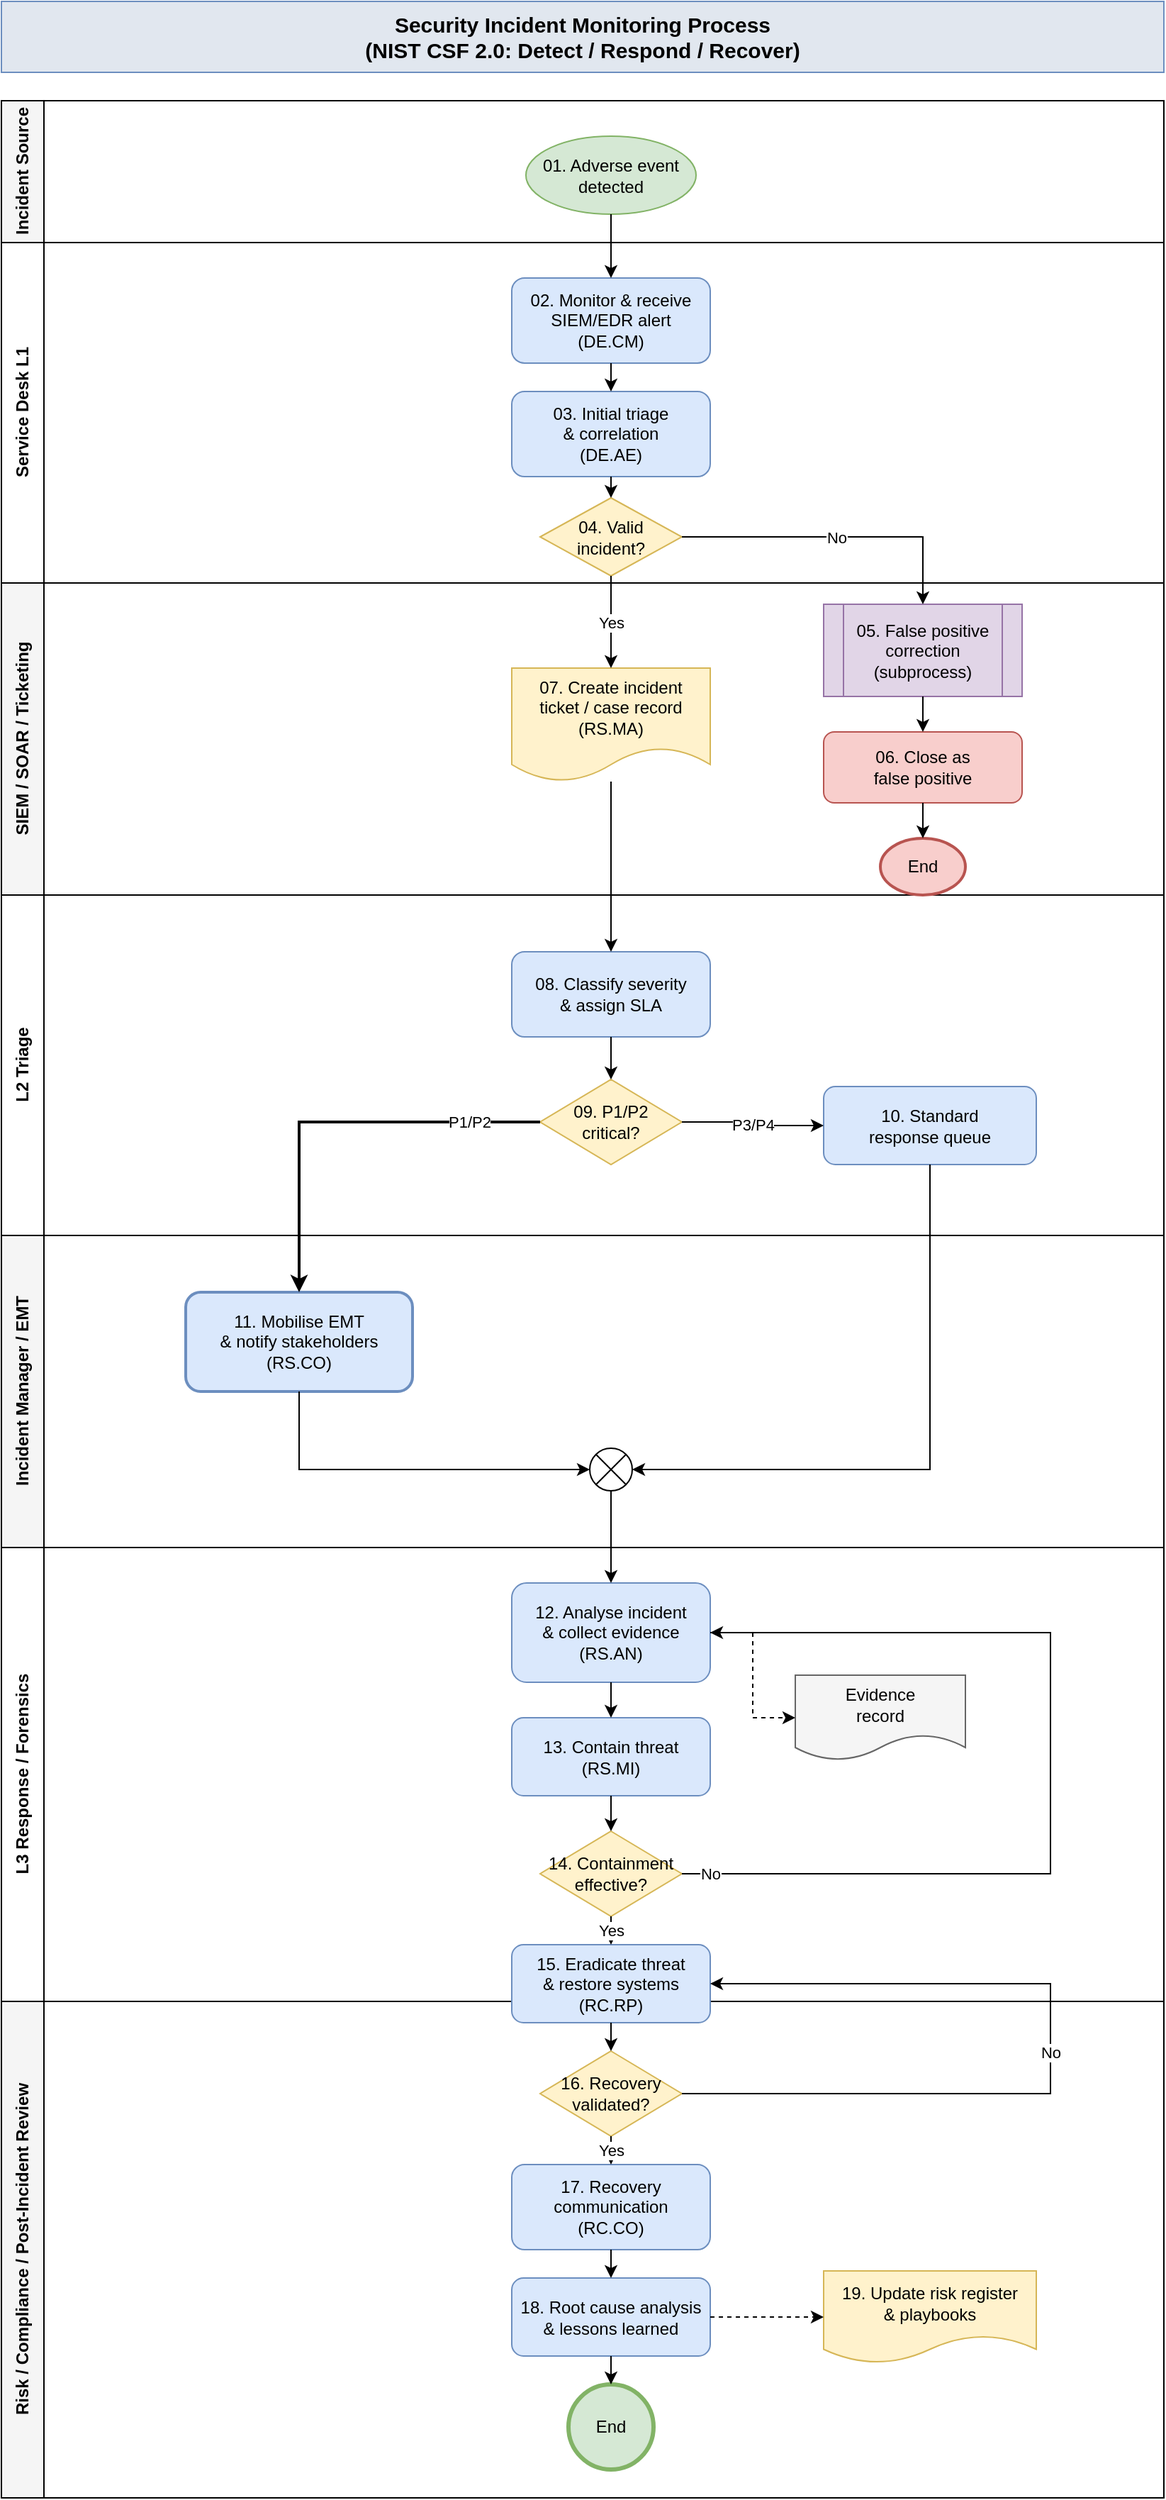
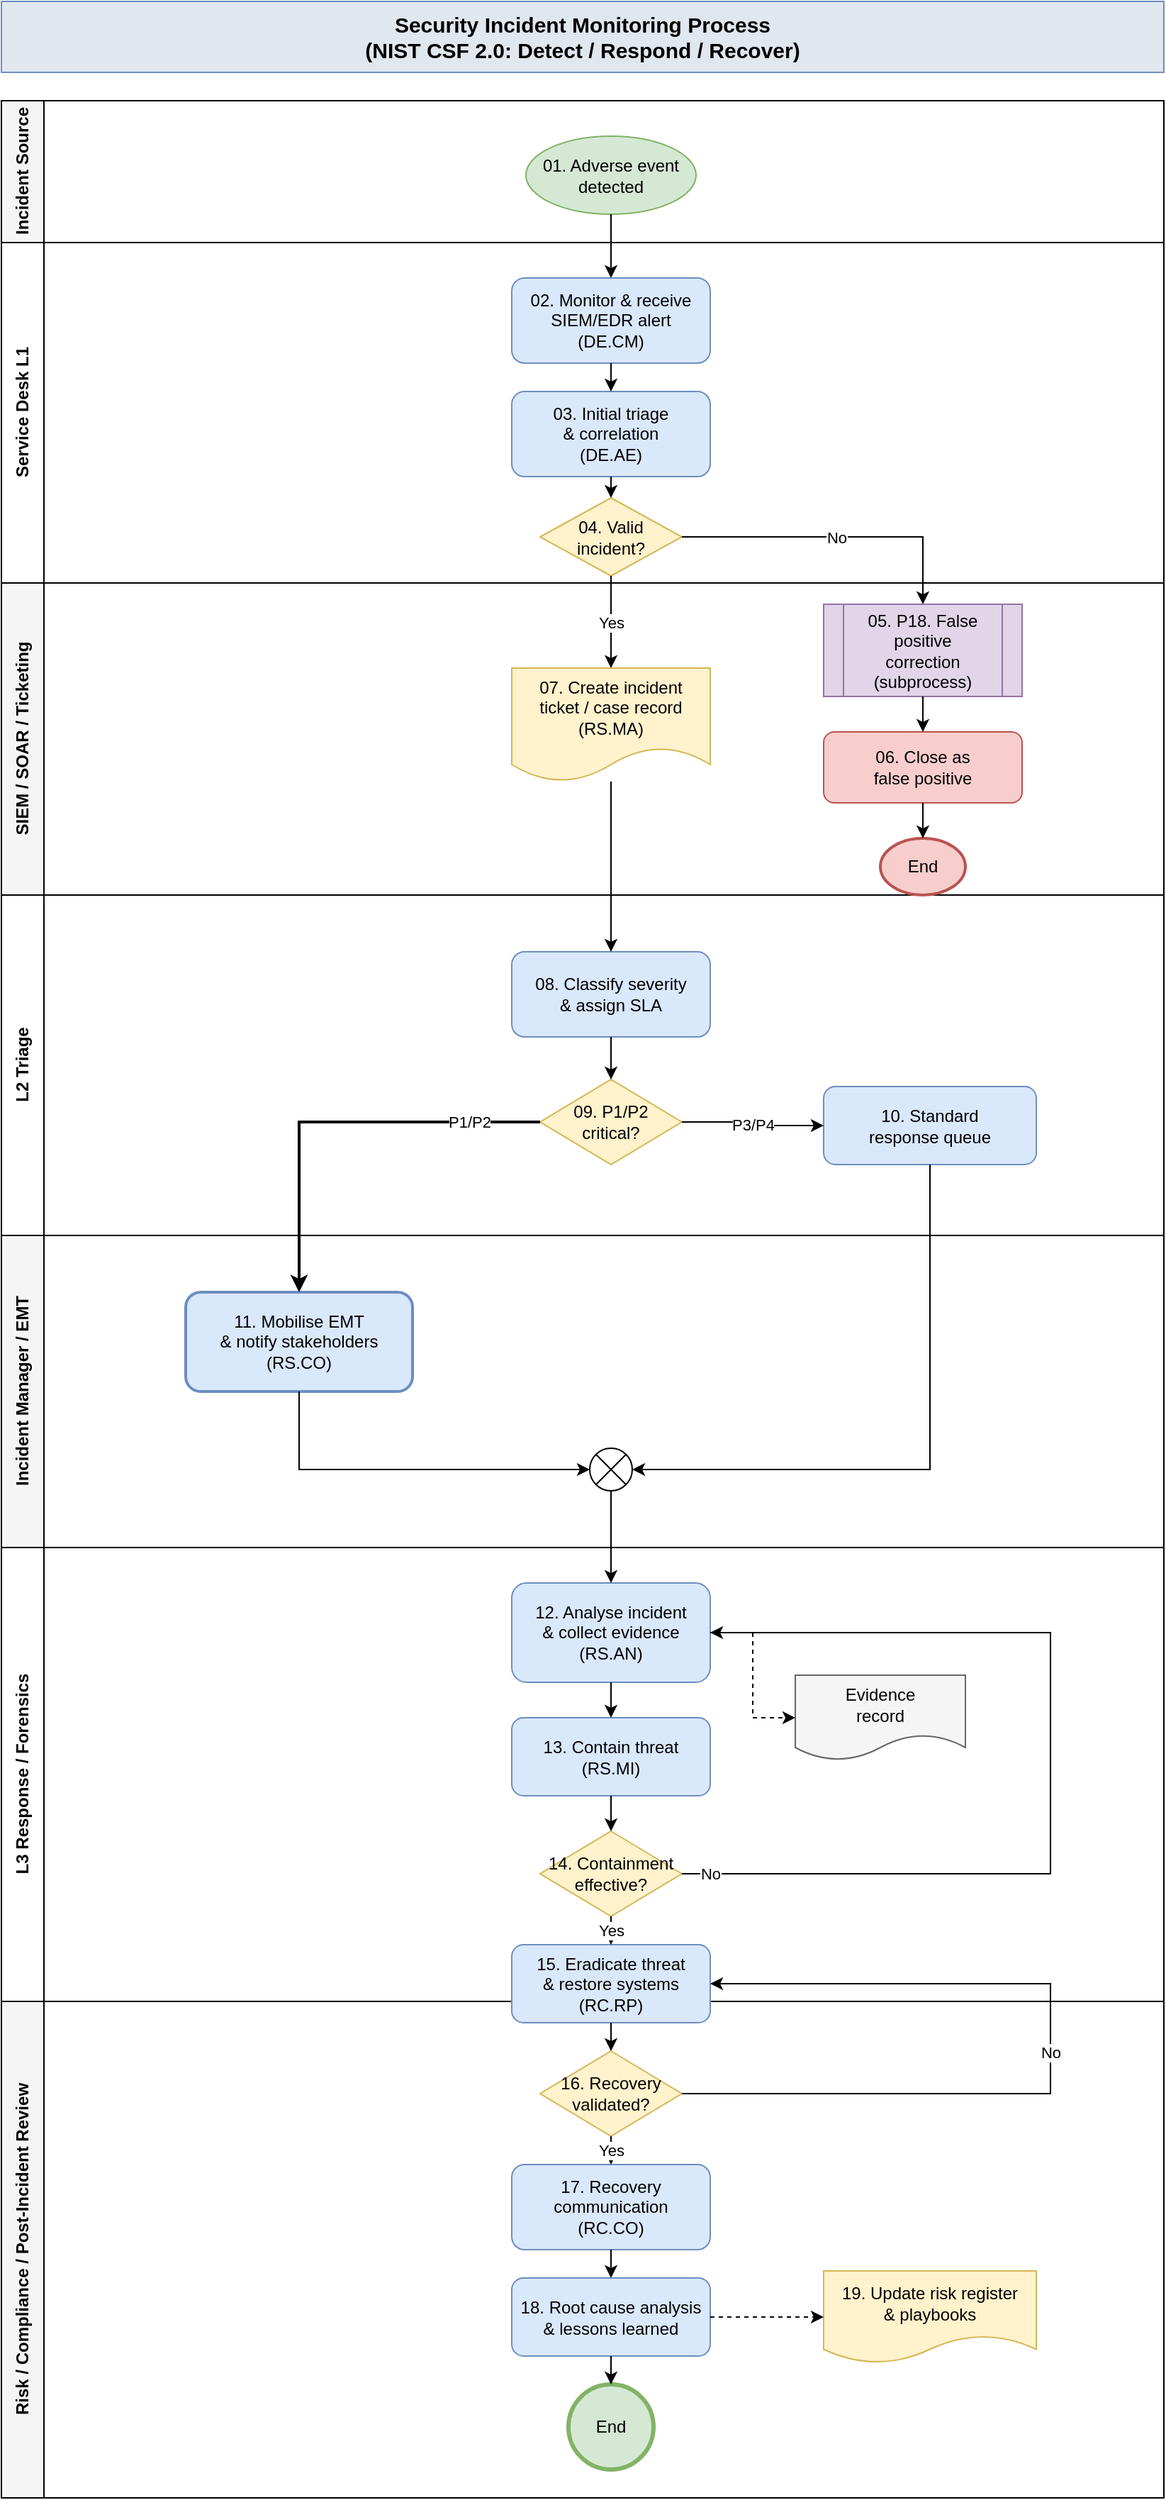
<mxfile host="app.diagrams.net" agent="ProcessDiagramSkill">
  <diagram name="CSF 2.0 Incident Monitoring" id="0">
    <mxGraphModel dx="1331" dy="853" grid="1" gridSize="10" guides="1" tooltips="1" connect="1" arrows="1" fold="1" page="1" pageScale="1" pageWidth="900" pageHeight="2000" math="0" shadow="0">
      <root>
        <mxCell id="0" />
        <mxCell id="1" parent="0" />
        <mxCell id="titleBar" parent="1" style="rounded=0;whiteSpace=wrap;html=1;fillColor=#e1e7ef;strokeColor=#6c8ebf;fontSize=15;fontStyle=1;align=center;verticalAlign=middle;" value="Security Incident Monitoring Process&#xa;(NIST CSF 2.0: Detect / Respond / Recover)" vertex="1">
          <mxGeometry height="50" width="820" x="40" y="20" as="geometry" />
        </mxCell>
        <mxCell id="laneSource" parent="1" style="shape=swimlane;html=1;startSize=30;horizontal=0;collapsible=0;fillColor=#f5f5f5;swimlaneFillColor=#ffffff;fontStyle=1;" value="Incident Source" vertex="1">
          <mxGeometry height="100" width="820" x="40" y="90" as="geometry" />
        </mxCell>
        <mxCell id="laneL1" parent="1" style="shape=swimlane;html=1;startSize=30;horizontal=0;collapsible=0;swimlaneFillColor=#ffffff;fontStyle=1;" value="Service Desk L1" vertex="1">
          <mxGeometry height="240" width="820" x="40" y="190" as="geometry" />
        </mxCell>
        <mxCell id="laneSiem" parent="1" style="shape=swimlane;html=1;startSize=30;horizontal=0;collapsible=0;fillColor=#f5f5f5;swimlaneFillColor=#ffffff;fontStyle=1;" value="SIEM / SOAR / Ticketing" vertex="1">
          <mxGeometry height="220" width="820" x="40" y="430" as="geometry" />
        </mxCell>
        <mxCell id="laneL2" parent="1" style="shape=swimlane;html=1;startSize=30;horizontal=0;collapsible=0;swimlaneFillColor=#ffffff;fontStyle=1;" value="L2 Triage" vertex="1">
          <mxGeometry height="240" width="820" x="40" y="650" as="geometry" />
        </mxCell>
        <mxCell id="laneIM" parent="1" style="shape=swimlane;html=1;startSize=30;horizontal=0;collapsible=0;fillColor=#f5f5f5;swimlaneFillColor=#ffffff;fontStyle=1;" value="Incident Manager / EMT" vertex="1">
          <mxGeometry height="220" width="820" x="40" y="890" as="geometry" />
        </mxCell>
        <mxCell id="laneL3" parent="1" style="shape=swimlane;html=1;startSize=30;horizontal=0;collapsible=0;swimlaneFillColor=#ffffff;fontStyle=1;" value="L3 Response / Forensics" vertex="1">
          <mxGeometry height="320" width="820" x="40" y="1110" as="geometry" />
        </mxCell>
        <mxCell id="nEv" parent="laneL3" style="shape=document;whiteSpace=wrap;html=1;fillColor=#f5f5f5;strokeColor=#666666;boundedLbl=1;" value="Evidence&#xa;record" vertex="1">
          <mxGeometry height="60" width="120" x="560" y="90" as="geometry" />
        </mxCell>
        <mxCell id="laneRC" parent="1" style="shape=swimlane;html=1;startSize=30;horizontal=0;collapsible=0;fillColor=#f5f5f5;swimlaneFillColor=#ffffff;fontStyle=1;" value="Risk / Compliance / Post-Incident Review" vertex="1">
          <mxGeometry height="350" width="820" x="40" y="1430" as="geometry" />
        </mxCell>
        <mxCell id="n01" parent="1" style="ellipse;whiteSpace=wrap;html=1;fillColor=#d5e8d4;strokeColor=#82b366;" value="01. Adverse event&#xa;detected" vertex="1">
          <mxGeometry height="55" width="120" x="410" y="115" as="geometry" />
        </mxCell>
        <mxCell id="n02" parent="1" style="rounded=1;whiteSpace=wrap;html=1;fillColor=#dae8fc;strokeColor=#6c8ebf;" value="02. Monitor &amp; receive&#xa;SIEM/EDR alert&#xa;(DE.CM)" vertex="1">
          <mxGeometry height="60" width="140" x="400" y="215" as="geometry" />
        </mxCell>
        <mxCell id="n03" parent="1" style="rounded=1;whiteSpace=wrap;html=1;fillColor=#dae8fc;strokeColor=#6c8ebf;" value="03. Initial triage&#xa;&amp; correlation&#xa;(DE.AE)" vertex="1">
          <mxGeometry height="60" width="140" x="400" y="295" as="geometry" />
        </mxCell>
        <mxCell id="n04" parent="1" style="rhombus;whiteSpace=wrap;html=1;fillColor=#fff2cc;strokeColor=#d6b656;" value="04. Valid&#xa;incident?" vertex="1">
          <mxGeometry height="55" width="100" x="420" y="370" as="geometry" />
        </mxCell>
-         <mxCell id="n05" parent="1" style="shape=process;whiteSpace=wrap;html=1;fillColor=#e1d5e7;strokeColor=#9673a6;" value="05. False positive&#xa;correction&#xa;(subprocess)" vertex="1">
+         <mxCell id="n05" parent="1" style="shape=process;whiteSpace=wrap;html=1;fillColor=#e1d5e7;strokeColor=#9673a6;" value="05. P18. False positive&#xa;correction&#xa;(subprocess)" vertex="1">
          <mxGeometry height="65" width="140" x="620" y="445" as="geometry" />
        </mxCell>
        <mxCell id="n06" parent="1" style="rounded=1;whiteSpace=wrap;html=1;fillColor=#f8cecc;strokeColor=#b85450;" value="06. Close as&#xa;false positive" vertex="1">
          <mxGeometry height="50" width="140" x="620" y="535" as="geometry" />
        </mxCell>
        <mxCell id="nEndFP" parent="1" style="ellipse;whiteSpace=wrap;html=1;fillColor=#f8cecc;strokeColor=#b85450;strokeWidth=2;" value="End" vertex="1">
          <mxGeometry height="40" width="60" x="660" y="610" as="geometry" />
        </mxCell>
        <mxCell id="n07_ticket" parent="1" style="shape=document;whiteSpace=wrap;html=1;fillColor=#fff2cc;strokeColor=#d6b656;boundedLbl=1;" value="07. Create incident&#xa;ticket / case record&#xa;(RS.MA)" vertex="1">
          <mxGeometry height="80" width="140" x="400" y="490" as="geometry" />
        </mxCell>
        <mxCell id="n08_classify" parent="1" style="rounded=1;whiteSpace=wrap;html=1;fillColor=#dae8fc;strokeColor=#6c8ebf;" value="08. Classify severity&#xa;&amp; assign SLA" vertex="1">
          <mxGeometry height="60" width="140" x="400" y="690" as="geometry" />
        </mxCell>
        <mxCell id="n09_dec" parent="1" style="rhombus;whiteSpace=wrap;html=1;fillColor=#fff2cc;strokeColor=#d6b656;" value="09. P1/P2&#xa;critical?" vertex="1">
          <mxGeometry height="60" width="100" x="420" y="780" as="geometry" />
        </mxCell>
        <mxCell id="n10_queue" parent="1" style="rounded=1;whiteSpace=wrap;html=1;fillColor=#dae8fc;strokeColor=#6c8ebf;" value="10. Standard&#xa;response queue" vertex="1">
          <mxGeometry height="55" width="150" x="620" y="785" as="geometry" />
        </mxCell>
        <mxCell id="n11_emt" parent="1" style="rounded=1;whiteSpace=wrap;html=1;fillColor=#dae8fc;strokeColor=#6c8ebf;strokeWidth=2;" value="11. Mobilise EMT&#xa;&amp; notify stakeholders&#xa;(RS.CO)" vertex="1">
          <mxGeometry height="70" width="160" x="170" y="930" as="geometry" />
        </mxCell>
        <mxCell id="sj1" parent="1" style="shape=mxgraph.flowchart.or;html=1;backgroundOutline=1;" value="" vertex="1">
          <mxGeometry height="30" width="30" x="455" y="1040" as="geometry" />
        </mxCell>
        <mxCell id="n12_analyse" parent="1" style="rounded=1;whiteSpace=wrap;html=1;fillColor=#dae8fc;strokeColor=#6c8ebf;" value="12. Analyse incident&#xa;&amp; collect evidence&#xa;(RS.AN)" vertex="1">
          <mxGeometry height="70" width="140" x="400" y="1135" as="geometry" />
        </mxCell>
        <mxCell id="n13_contain" parent="1" style="rounded=1;whiteSpace=wrap;html=1;fillColor=#dae8fc;strokeColor=#6c8ebf;" value="13. Contain threat&#xa;(RS.MI)" vertex="1">
          <mxGeometry height="55" width="140" x="400" y="1230" as="geometry" />
        </mxCell>
        <mxCell id="n14_dec" parent="1" style="rhombus;whiteSpace=wrap;html=1;fillColor=#fff2cc;strokeColor=#d6b656;" value="14. Containment&#xa;effective?" vertex="1">
          <mxGeometry height="60" width="100" x="420" y="1310" as="geometry" />
        </mxCell>
        <mxCell id="n15_erad" parent="1" style="rounded=1;whiteSpace=wrap;html=1;fillColor=#dae8fc;strokeColor=#6c8ebf;" value="15. Eradicate threat&#xa;&amp; restore systems&#xa;(RC.RP)" vertex="1">
          <mxGeometry height="55" width="140" x="400" y="1390" as="geometry" />
        </mxCell>
        <mxCell id="n16_dec" parent="1" style="rhombus;whiteSpace=wrap;html=1;fillColor=#fff2cc;strokeColor=#d6b656;" value="16. Recovery&#xa;validated?" vertex="1">
          <mxGeometry height="60" width="100" x="420" y="1465" as="geometry" />
        </mxCell>
        <mxCell id="n17_comm" parent="1" style="rounded=1;whiteSpace=wrap;html=1;fillColor=#dae8fc;strokeColor=#6c8ebf;" value="17. Recovery&#xa;communication&#xa;(RC.CO)" vertex="1">
          <mxGeometry height="60" width="140" x="400" y="1545" as="geometry" />
        </mxCell>
        <mxCell id="n18_rca" parent="1" style="rounded=1;whiteSpace=wrap;html=1;fillColor=#dae8fc;strokeColor=#6c8ebf;" value="18. Root cause analysis&#xa;&amp; lessons learned" vertex="1">
          <mxGeometry height="55" width="140" x="400" y="1625" as="geometry" />
        </mxCell>
        <mxCell id="n19_reg" parent="1" style="shape=document;whiteSpace=wrap;html=1;fillColor=#fff2cc;strokeColor=#d6b656;boundedLbl=1;" value="19. Update risk register&#xa;&amp; playbooks" vertex="1">
          <mxGeometry height="65" width="150" x="620" y="1620" as="geometry" />
        </mxCell>
        <mxCell id="nEnd" parent="1" style="ellipse;whiteSpace=wrap;html=1;fillColor=#d5e8d4;strokeColor=#82b366;strokeWidth=3;" value="End" vertex="1">
          <mxGeometry height="60" width="60" x="440" y="1700" as="geometry" />
        </mxCell>
        <mxCell id="e_01_02" edge="1" parent="1" source="n01" style="edgeStyle=orthogonalEdgeStyle;rounded=0;html=1;endArrow=classic;" target="n02">
          <mxGeometry relative="1" as="geometry" />
        </mxCell>
        <mxCell id="e_02_03" edge="1" parent="1" source="n02" style="edgeStyle=orthogonalEdgeStyle;rounded=0;html=1;endArrow=classic;" target="n03">
          <mxGeometry relative="1" as="geometry" />
        </mxCell>
        <mxCell id="e_03_04" edge="1" parent="1" source="n03" style="edgeStyle=orthogonalEdgeStyle;rounded=0;html=1;endArrow=classic;" target="n04">
          <mxGeometry relative="1" as="geometry" />
        </mxCell>
        <mxCell id="e_04_05" edge="1" parent="1" source="n04" style="edgeStyle=orthogonalEdgeStyle;rounded=0;html=1;endArrow=classic;exitX=1;exitY=0.5;exitDx=0;exitDy=0;entryX=0.5;entryY=0;entryDx=0;entryDy=0;" target="n05" value="No">
          <mxGeometry relative="1" as="geometry" />
        </mxCell>
        <mxCell id="e_05_06" edge="1" parent="1" source="n05" style="edgeStyle=orthogonalEdgeStyle;rounded=0;html=1;endArrow=classic;" target="n06">
          <mxGeometry relative="1" as="geometry" />
        </mxCell>
        <mxCell id="e_06_endfp" edge="1" parent="1" source="n06" style="edgeStyle=orthogonalEdgeStyle;rounded=0;html=1;endArrow=classic;" target="nEndFP">
          <mxGeometry relative="1" as="geometry" />
        </mxCell>
        <mxCell id="e_04_07" edge="1" parent="1" source="n04" style="edgeStyle=orthogonalEdgeStyle;rounded=0;html=1;endArrow=classic;" target="n07_ticket" value="Yes">
          <mxGeometry relative="1" as="geometry" />
        </mxCell>
        <mxCell id="e_07_08" edge="1" parent="1" source="n07_ticket" style="edgeStyle=orthogonalEdgeStyle;rounded=0;html=1;endArrow=classic;" target="n08_classify">
          <mxGeometry relative="1" as="geometry" />
        </mxCell>
        <mxCell id="e_08_09" edge="1" parent="1" source="n08_classify" style="edgeStyle=orthogonalEdgeStyle;rounded=0;html=1;endArrow=classic;" target="n09_dec">
          <mxGeometry relative="1" as="geometry" />
        </mxCell>
        <mxCell id="e_09_10" edge="1" parent="1" source="n09_dec" style="edgeStyle=orthogonalEdgeStyle;rounded=0;html=1;endArrow=classic;exitX=1;exitY=0.5;exitDx=0;exitDy=0;entryX=0;entryY=0.5;entryDx=0;entryDy=0;" target="n10_queue" value="P3/P4">
          <mxGeometry relative="1" as="geometry" />
        </mxCell>
        <mxCell id="e_09_11" edge="1" parent="1" source="n09_dec" style="edgeStyle=orthogonalEdgeStyle;rounded=0;html=1;endArrow=classic;strokeWidth=2;exitX=0;exitY=0.5;exitDx=0;exitDy=0;entryX=0.5;entryY=0;entryDx=0;entryDy=0;" target="n11_emt" value="P1/P2">
          <mxGeometry relative="1" x="-0.6551" as="geometry">
            <mxPoint as="offset" />
            <Array as="points">
              <mxPoint x="250" y="810" />
            </Array>
          </mxGeometry>
        </mxCell>
        <mxCell id="e_10_sj" edge="1" parent="1" source="n10_queue" style="edgeStyle=orthogonalEdgeStyle;rounded=0;html=1;endArrow=classic;exitX=0.5;exitY=1;exitDx=0;exitDy=0;entryX=1;entryY=0.5;entryDx=0;entryDy=0;" target="sj1">
          <mxGeometry relative="1" as="geometry" />
        </mxCell>
        <mxCell id="e_11_sj" edge="1" parent="1" source="n11_emt" style="edgeStyle=orthogonalEdgeStyle;rounded=0;html=1;endArrow=classic;exitX=0.5;exitY=1;exitDx=0;exitDy=0;entryX=0;entryY=0.5;entryDx=0;entryDy=0;" target="sj1">
          <mxGeometry relative="1" as="geometry" />
        </mxCell>
        <mxCell id="e_sj_12" edge="1" parent="1" source="sj1" style="edgeStyle=orthogonalEdgeStyle;rounded=0;html=1;endArrow=classic;" target="n12_analyse">
          <mxGeometry relative="1" as="geometry" />
        </mxCell>
        <mxCell id="e_12_ev" edge="1" parent="1" source="n12_analyse" style="edgeStyle=orthogonalEdgeStyle;rounded=0;html=1;endArrow=classic;dashed=1;exitX=1;exitY=0.5;exitDx=0;exitDy=0;entryX=0;entryY=0.5;entryDx=0;entryDy=0;" target="nEv">
          <mxGeometry relative="1" as="geometry" />
        </mxCell>
        <mxCell id="e_12_13" edge="1" parent="1" source="n12_analyse" style="edgeStyle=orthogonalEdgeStyle;rounded=0;html=1;endArrow=classic;" target="n13_contain">
          <mxGeometry relative="1" as="geometry" />
        </mxCell>
        <mxCell id="e_13_14" edge="1" parent="1" source="n13_contain" style="edgeStyle=orthogonalEdgeStyle;rounded=0;html=1;endArrow=classic;" target="n14_dec">
          <mxGeometry relative="1" as="geometry" />
        </mxCell>
        <mxCell id="e_14_back" edge="1" parent="1" source="n14_dec" style="edgeStyle=orthogonalEdgeStyle;rounded=0;html=1;endArrow=classic;exitX=1;exitY=0.5;exitDx=0;exitDy=0;entryX=1;entryY=0.5;entryDx=0;entryDy=0;" target="n12_analyse" value="No">
          <mxGeometry relative="1" x="-0.9403" as="geometry">
            <mxPoint as="offset" />
            <Array as="points">
              <mxPoint x="780" y="1340" />
              <mxPoint x="780" y="1170" />
            </Array>
          </mxGeometry>
        </mxCell>
        <mxCell id="e_14_15" edge="1" parent="1" source="n14_dec" style="edgeStyle=orthogonalEdgeStyle;rounded=0;html=1;endArrow=classic;" target="n15_erad" value="Yes">
          <mxGeometry relative="1" as="geometry" />
        </mxCell>
        <mxCell id="e_15_16" edge="1" parent="1" source="n15_erad" style="edgeStyle=orthogonalEdgeStyle;rounded=0;html=1;endArrow=classic;" target="n16_dec">
          <mxGeometry relative="1" as="geometry" />
        </mxCell>
        <mxCell id="e_16_back" edge="1" parent="1" source="n16_dec" style="edgeStyle=orthogonalEdgeStyle;rounded=0;html=1;endArrow=classic;exitX=1;exitY=0.5;exitDx=0;exitDy=0;entryX=1;entryY=0.5;entryDx=0;entryDy=0;" target="n15_erad" value="No">
          <mxGeometry relative="1" as="geometry">
            <Array as="points">
              <mxPoint x="780" y="1495" />
              <mxPoint x="780" y="1417" />
            </Array>
          </mxGeometry>
        </mxCell>
        <mxCell id="e_16_17" edge="1" parent="1" source="n16_dec" style="edgeStyle=orthogonalEdgeStyle;rounded=0;html=1;endArrow=classic;" target="n17_comm" value="Yes">
          <mxGeometry relative="1" as="geometry" />
        </mxCell>
        <mxCell id="e_17_18" edge="1" parent="1" source="n17_comm" style="edgeStyle=orthogonalEdgeStyle;rounded=0;html=1;endArrow=classic;" target="n18_rca">
          <mxGeometry relative="1" as="geometry" />
        </mxCell>
        <mxCell id="e_18_19" edge="1" parent="1" source="n18_rca" style="edgeStyle=orthogonalEdgeStyle;rounded=0;html=1;endArrow=classic;dashed=1;exitX=1;exitY=0.5;exitDx=0;exitDy=0;entryX=0;entryY=0.5;entryDx=0;entryDy=0;" target="n19_reg">
          <mxGeometry relative="1" as="geometry" />
        </mxCell>
        <mxCell id="e_18_end" edge="1" parent="1" source="n18_rca" style="edgeStyle=orthogonalEdgeStyle;rounded=0;html=1;endArrow=classic;" target="nEnd">
          <mxGeometry relative="1" as="geometry" />
        </mxCell>
      </root>
    </mxGraphModel>
  </diagram>
</mxfile>
